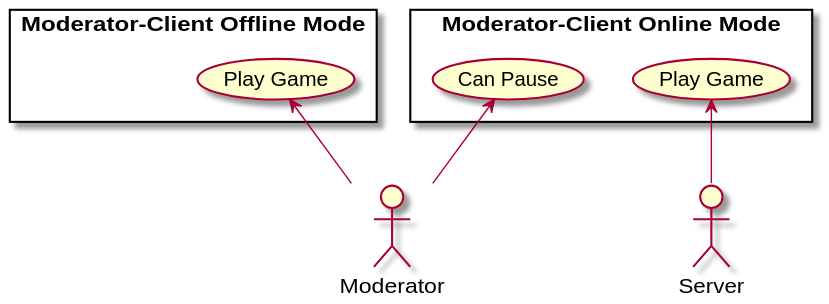
Brotenko/QualityQuest keeps this PlantUML diagram as Docs/Technical Specifications/docs/diagrams/UseCase/Moderator_Client_B.svg. Above is the earlier version. Its diagram source:
```plantuml
@startuml
actor "Server" as SC
actor "Moderator" as P

rectangle "Moderator-Client Online Mode" {
    usecase "Play Game" as md
    usecase "Can Pause" as cp
}

rectangle "Moderator-Client Offline Mode" {
    usecase "Play Game" as md2
}

SC -up-> md
P -up-> cp

P -up-> md2
@enduml
```
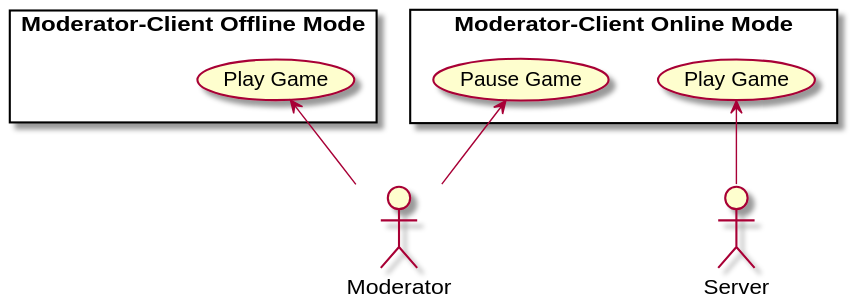
The same diagram one commit later.

Change to the diagram source:
```diff
@@ -4,7 +4,7 @@
 
 rectangle "Moderator-Client Online Mode" {
     usecase "Play Game" as md
-    usecase "Can Pause" as cp
+    usecase "Pause Game" as cp
 }
 
 rectangle "Moderator-Client Offline Mode" {
```
